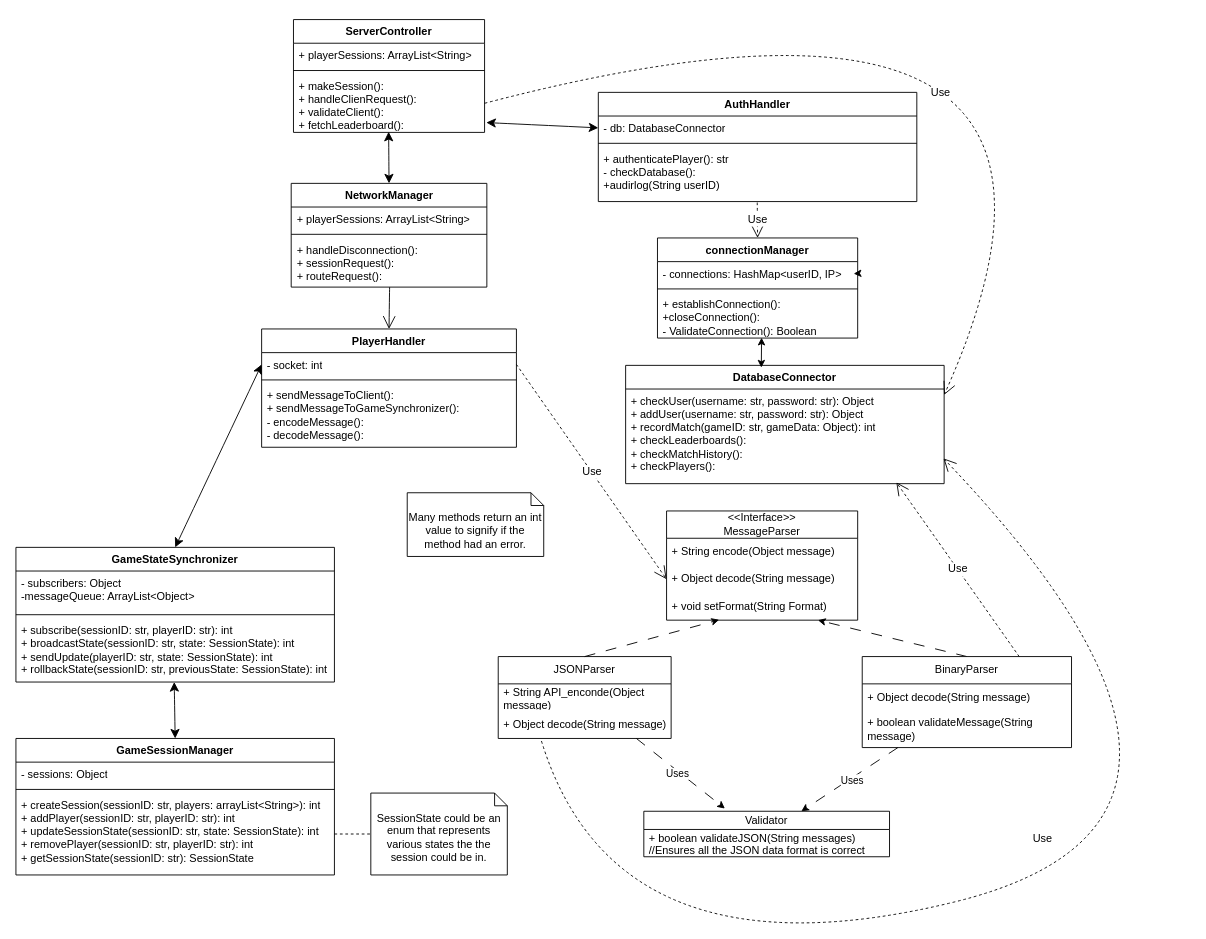
Earlier version of the draw.io diagram networking_documents/diagrams/structure_diagramv2.drawio (illiteratewaffle/RetroArcade). Source tidied: cells renumbered, new cells numbered last; positions are measured from the earlier drawing's top-left corner, leaving out a move shared by most shapes. Both pictures are drawn from the tidied source at 91%, with x=0, y=0 at pixel (15, -72).
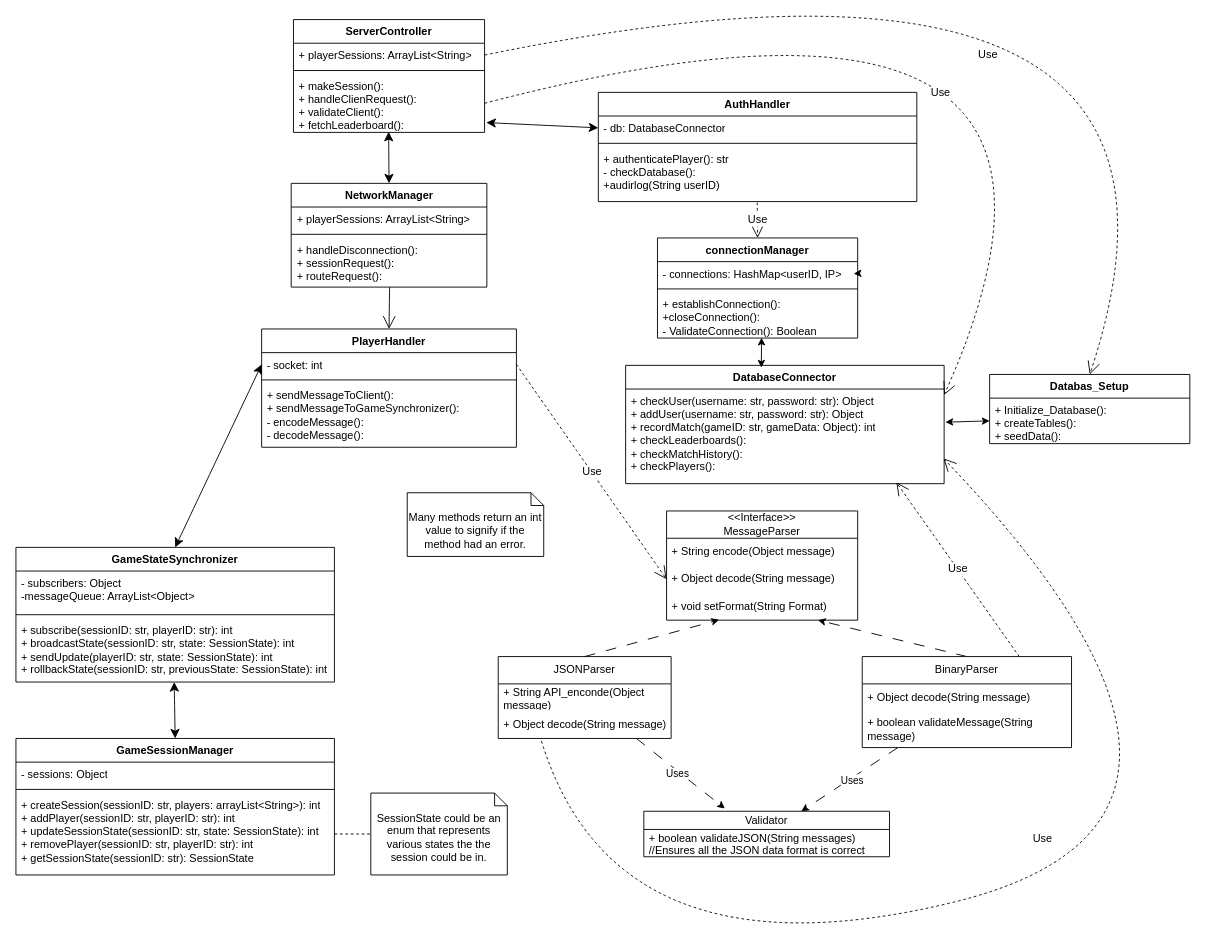
After the change.

Commit message:
Add more function to the structure diagram

Unchanged cells that the change refers to:
```xml
<mxCell id="15" value="&lt;div&gt;+ checkUser(username: str, password: str): Object&lt;/div&gt;&lt;div&gt;+ addUser(username: str, password: str): Object&lt;/div&gt;&lt;div&gt;+ recordMatch(gameID: str, gameData: Object): int&lt;/div&gt;&lt;div&gt;+ checkLeaderboards():&lt;/div&gt;&lt;div&gt;+ checkMatchHistory():&lt;/div&gt;&lt;div&gt;+ checkPlayers():&lt;/div&gt;" style="text;strokeColor=none;fillColor=none;align=left;verticalAlign=top;spacingLeft=4;spacingRight=4;overflow=hidden;points=[[0,0.5],[1,0.5]];portConstraint=eastwest;whiteSpace=wrap;html=1;" parent="14" vertex="1">
  <mxGeometry y="26" width="350" height="104" as="geometry" />
</mxCell>
<mxCell id="51" value="&lt;div&gt;+ playerSessions: ArrayList&amp;lt;String&amp;gt;&lt;/div&gt;" style="text;strokeColor=none;fillColor=none;align=left;verticalAlign=top;spacingLeft=4;spacingRight=4;overflow=hidden;points=[[0,0.5],[1,0.5]];portConstraint=eastwest;whiteSpace=wrap;html=1;" parent="50" vertex="1">
  <mxGeometry y="26" width="210" height="26" as="geometry" />
</mxCell>
```

What changed in the source:
```diff
@@
+    <mxCell id="65" value="Databas_Setup" style="swimlane;fontStyle=1;align=center;verticalAlign=top;horizontal=1;startSize=26;whiteSpace=wrap;html=1;" parent="1" vertex="1">
+      <mxGeometry x="1070" y="490" width="220" height="76" as="geometry" />
+    </mxCell>
+    <mxCell id="66" value="+ Initialize_Database():&lt;div&gt;+ createTables():&lt;/div&gt;&lt;div&gt;+ seedData():&lt;/div&gt;" style="text;strokeColor=none;fillColor=none;align=left;verticalAlign=top;spacingLeft=4;spacingRight=4;overflow=hidden;points=[[0,0.5],[1,0.5]];portConstraint=eastwest;whiteSpace=wrap;html=1;" parent="65" vertex="1">
+      <mxGeometry y="26" width="220" height="50" as="geometry" />
+    </mxCell>
+    <mxCell id="67" style="endArrow=classic;startArrow=classic;html=1;entryX=0;entryY=0.5;entryDx=0;entryDy=0;exitX=1.004;exitY=0.35;exitDx=0;exitDy=0;exitPerimeter=0;" parent="1" edge="1" source="15" target="66">
+      <mxGeometry relative="1" as="geometry" />
+    </mxCell>
+    <mxCell id="68" value="Use" style="endArrow=open;endSize=12;dashed=1;html=1;rounded=0;fontSize=12;curved=1;exitX=1;exitY=0.5;exitDx=0;exitDy=0;entryX=0.5;entryY=0;entryDx=0;entryDy=0;" parent="1" edge="1" source="51" target="65">
+      <mxGeometry x="-0.23" y="-111" relative="1" as="geometry">
+        <Array as="points">
+          <mxPoint x="1355" y="-33" />
+        </Array>
+      </mxGeometry>
+    </mxCell>
```
